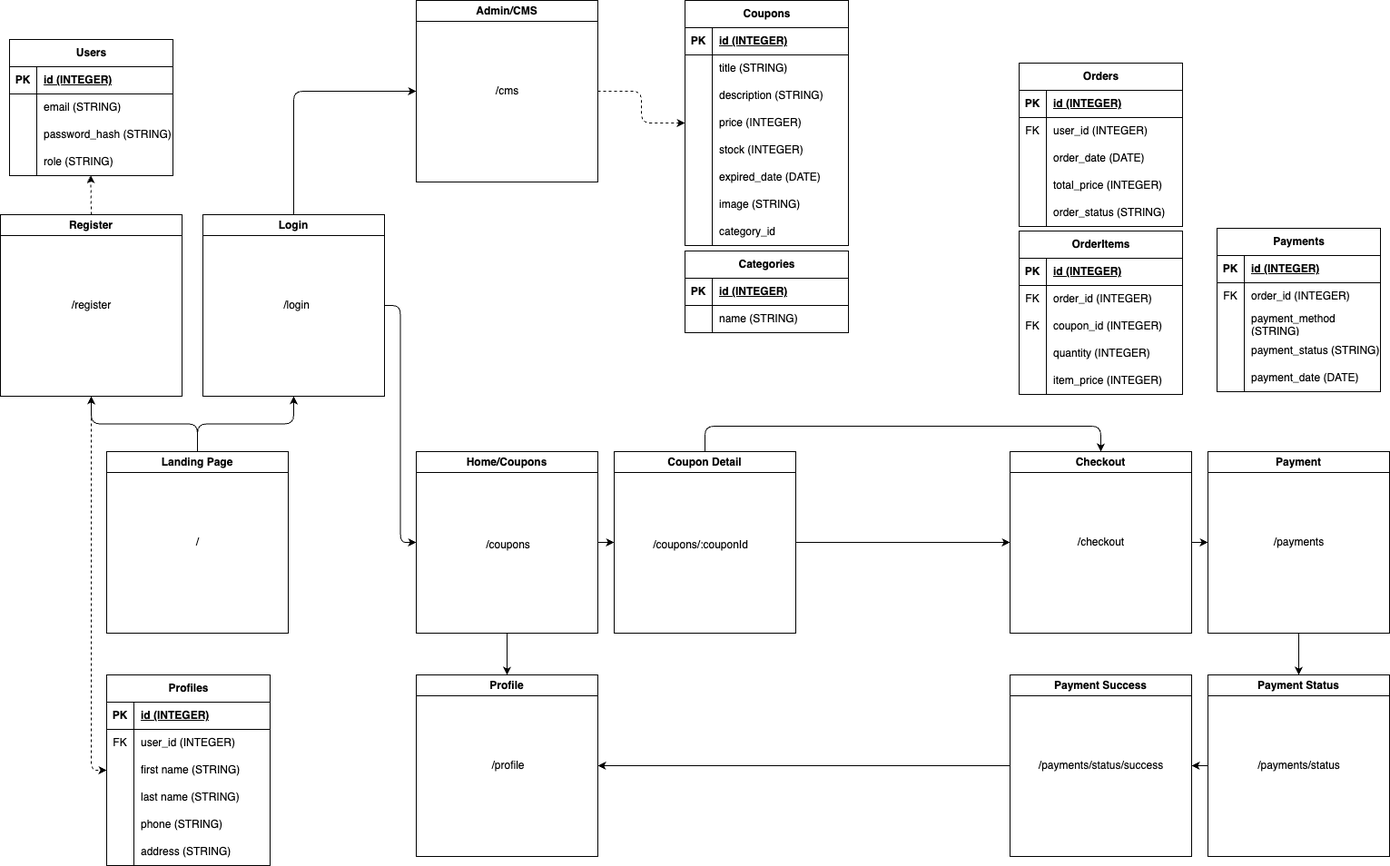
The draw.io diagram customer_journey.drawio.png in i-adharul/hck-99-fsjs-p1-pair-project, before a commit. Source tidied: cells renumbered, new cells last; positions are measured from the earlier drawing's top-left corner, leaving out a move shared by most shapes.
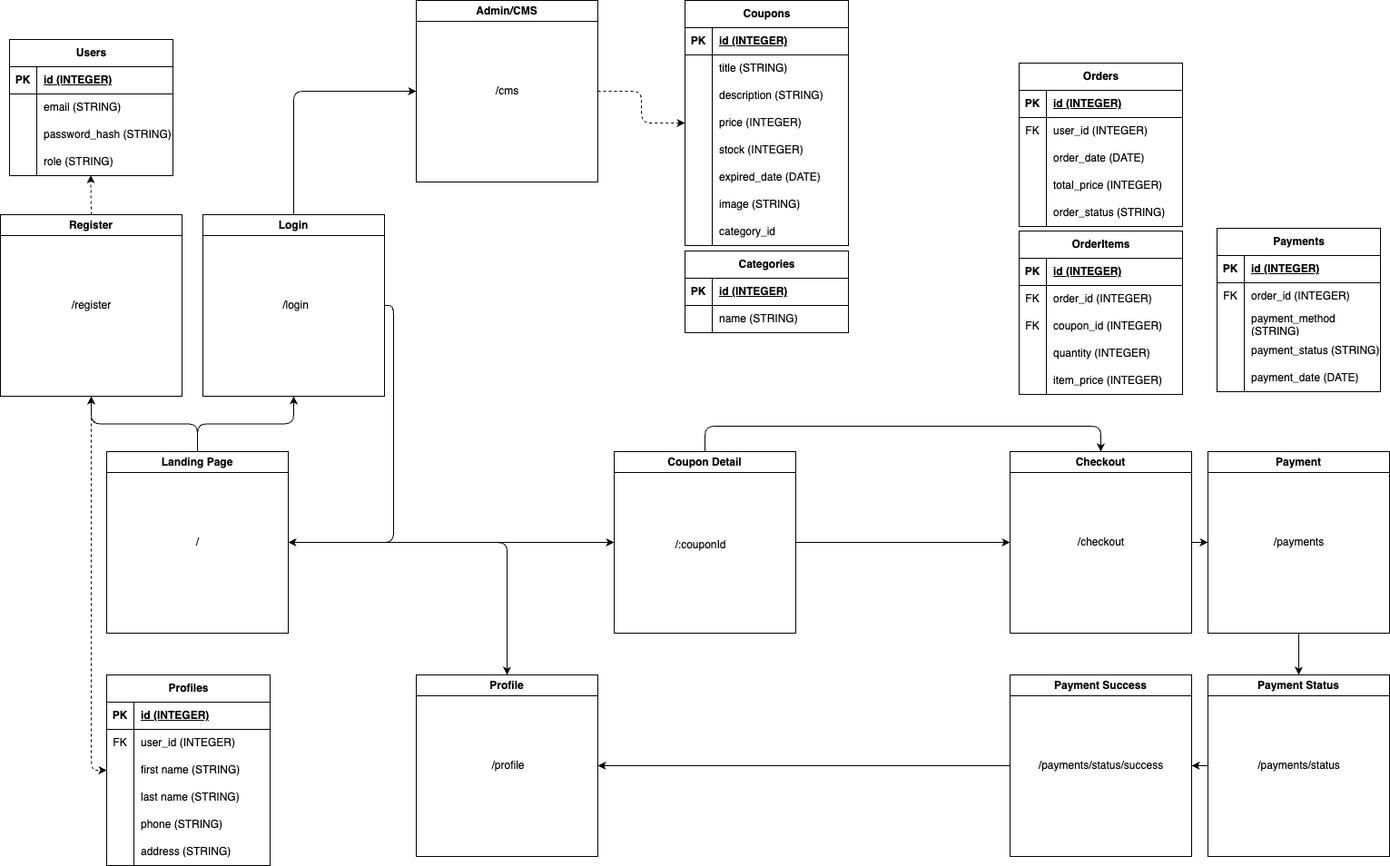
Later version of the same file.

Commit message:
change customer journey, cms

The edit, as a diff of the source:
```diff
@@ -2,12 +2,12 @@
   <root>
     <mxCell id="0" />
     <mxCell id="1" parent="0" />
-    <mxCell id="2" style="edgeStyle=orthogonalEdgeStyle;html=1;exitX=1;exitY=0.5;exitDx=0;exitDy=0;entryX=0;entryY=0.5;entryDx=0;entryDy=0;" parent="1" edge="1" source="4" target="15">
-      <mxGeometry relative="1" as="geometry" />
-    </mxCell>
     <mxCell id="3" style="edgeStyle=orthogonalEdgeStyle;html=1;exitX=0.5;exitY=0;exitDx=0;exitDy=0;entryX=0;entryY=0.5;entryDx=0;entryDy=0;" parent="1" edge="1" source="4" target="22">
       <mxGeometry relative="1" as="geometry" />
     </mxCell>
+    <mxCell id="151" style="edgeStyle=orthogonalEdgeStyle;html=1;exitX=1;exitY=0.5;exitDx=0;exitDy=0;entryX=1;entryY=0.5;entryDx=0;entryDy=0;" parent="1" edge="1" source="4" target="11">
+      <mxGeometry relative="1" as="geometry" />
+    </mxCell>
     <mxCell id="4" value="Login" style="swimlane;whiteSpace=wrap;html=1;" parent="1" vertex="1">
       <mxGeometry x="223" y="236" width="200" height="200" as="geometry" />
     </mxCell>
@@ -29,21 +29,18 @@
     <mxCell id="10" style="edgeStyle=orthogonalEdgeStyle;html=1;exitX=0.5;exitY=0;exitDx=0;exitDy=0;entryX=0.5;entryY=1;entryDx=0;entryDy=0;" parent="1" edge="1" source="11" target="4">
       <mxGeometry relative="1" as="geometry" />
     </mxCell>
+    <mxCell id="152" style="edgeStyle=orthogonalEdgeStyle;html=1;exitX=1;exitY=0.5;exitDx=0;exitDy=0;entryX=0.5;entryY=0;entryDx=0;entryDy=0;" parent="1" edge="1" source="11" target="19">
+      <mxGeometry relative="1" as="geometry" />
+    </mxCell>
+    <mxCell id="153" style="edgeStyle=orthogonalEdgeStyle;html=1;exitX=1;exitY=0.5;exitDx=0;exitDy=0;entryX=0;entryY=0.5;entryDx=0;entryDy=0;" parent="1" edge="1" source="11" target="26">
+      <mxGeometry relative="1" as="geometry" />
+    </mxCell>
     <mxCell id="11" value="Landing Page" style="swimlane;whiteSpace=wrap;html=1;" parent="1" vertex="1">
       <mxGeometry x="117" y="497" width="200" height="200" as="geometry" />
     </mxCell>
     <mxCell id="12" value="/" style="text;html=1;align=center;verticalAlign=middle;strokeColor=none;fillColor=none;" parent="11" vertex="1">
       <mxGeometry x="89.5" y="87" width="21" height="26" as="geometry" />
     </mxCell>
-    <mxCell id="13" style="edgeStyle=none;html=1;exitX=0.5;exitY=1;exitDx=0;exitDy=0;entryX=0.5;entryY=0;entryDx=0;entryDy=0;" parent="1" edge="1" source="15" target="19">
-      <mxGeometry relative="1" as="geometry" />
-    </mxCell>
-    <mxCell id="14" style="edgeStyle=none;html=1;exitX=1;exitY=0.5;exitDx=0;exitDy=0;entryX=0;entryY=0.5;entryDx=0;entryDy=0;" parent="1" edge="1" source="15" target="26">
-      <mxGeometry relative="1" as="geometry" />
-    </mxCell>
-    <mxCell id="15" value="Home/Coupons" style="swimlane;whiteSpace=wrap;html=1;" parent="1" vertex="1">
-      <mxGeometry x="458" y="497" width="200" height="200" as="geometry" />
-    </mxCell>
     <mxCell id="16" style="edgeStyle=none;html=1;exitX=1;exitY=0.5;exitDx=0;exitDy=0;entryX=0;entryY=0.5;entryDx=0;entryDy=0;" parent="1" edge="1" source="17" target="28">
       <mxGeometry relative="1" as="geometry" />
     </mxCell>
@@ -109,11 +106,8 @@
     <mxCell id="35" value="/payments/status/success" style="text;html=1;align=center;verticalAlign=middle;strokeColor=none;fillColor=none;" parent="34" vertex="1">
       <mxGeometry x="22.5" y="87" width="155" height="26" as="geometry" />
     </mxCell>
-    <mxCell id="36" value="/coupons" style="text;html=1;align=center;verticalAlign=middle;strokeColor=none;fillColor=none;" parent="1" vertex="1">
-      <mxGeometry x="526" y="587" width="67" height="26" as="geometry" />
-    </mxCell>
-    <mxCell id="37" value="/coupons/:couponId" style="text;html=1;align=center;verticalAlign=middle;strokeColor=none;fillColor=none;" parent="1" vertex="1">
-      <mxGeometry x="709" y="587" width="123" height="26" as="geometry" />
+    <mxCell id="37" value="/:couponId" style="text;html=1;align=center;verticalAlign=middle;strokeColor=none;fillColor=none;" parent="1" vertex="1">
+      <mxGeometry x="734" y="587" width="74" height="26" as="geometry" />
     </mxCell>
     <mxCell id="38" value="Users" style="shape=table;startSize=30;rowLines=0;fontStyle=1;align=center;html=1;" parent="1" vertex="1">
       <mxGeometry x="10" y="43" width="180" height="150" as="geometry" />
```
